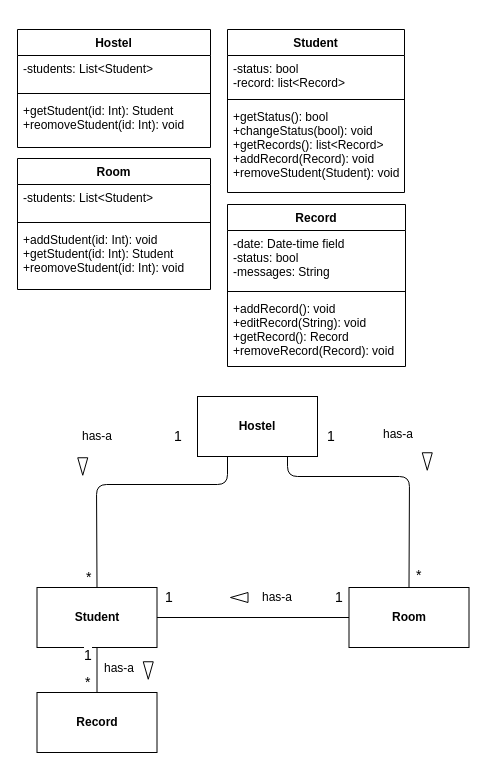
Earlier version of the draw.io diagram page "Page-2" (2 of 4) of midterm Diagram.drawio (chrroger/0324). Source tidied: cells renumbered, new cells numbered last; positions are measured from the earlier drawing's top-left corner, leaving out a move shared by most shapes. Both pictures are drawn from the tidied source at 100%, with x=0, y=0 at pixel (17, 29).
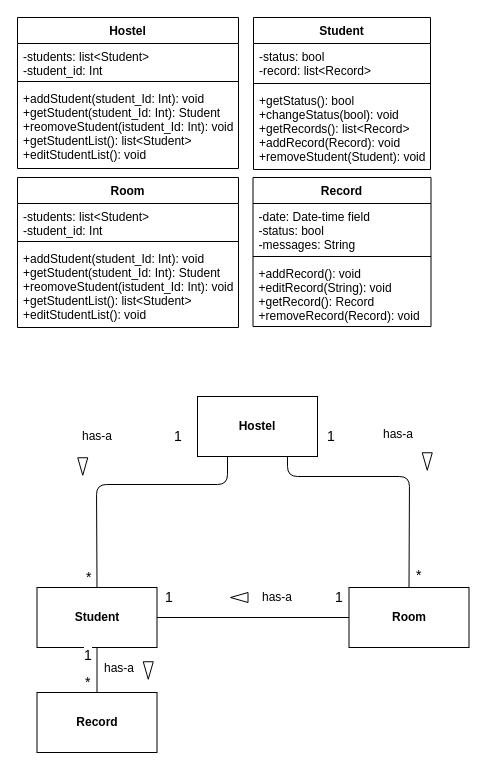
Above is the later version.

Change to the diagram source:
```diff
@@
-    <mxCell id="2" value="Hostel" style="swimlane;fontStyle=1;align=center;verticalAlign=top;horizontal=1;startSize=26;" parent="1" vertex="1">
-      <mxGeometry width="193" height="118" as="geometry" />
-    </mxCell>
-    <mxCell id="3" value="-students: List&lt;Student&gt;" style="text;strokeColor=none;fillColor=none;align=left;verticalAlign=top;spacingLeft=4;spacingRight=4;overflow=hidden;" parent="2" vertex="1">
-      <mxGeometry y="26" width="193" height="34" as="geometry" />
-    </mxCell>
-    <mxCell id="4" style="line;strokeWidth=1;fillColor=none;align=left;verticalAlign=middle;spacingTop=-1;spacingLeft=3;spacingRight=3;labelPosition=right;" parent="2" vertex="1">
-      <mxGeometry y="60" width="193" height="8" as="geometry" />
-    </mxCell>
-    <mxCell id="5" value="+getStudent(id: Int): Student&#10;+reomoveStudent(id: Int): void" style="text;strokeColor=none;fillColor=none;align=left;verticalAlign=top;spacingLeft=4;spacingRight=4;overflow=hidden;" parent="2" vertex="1">
-      <mxGeometry y="68" width="193" height="50" as="geometry" />
-    </mxCell>
     <mxCell id="6" value="Student" style="swimlane;fontStyle=1;align=center;verticalAlign=top;horizontal=1;startSize=26;" parent="1" vertex="1">
-      <mxGeometry x="210" width="177" height="163" as="geometry" />
+      <mxGeometry x="236" y="-12" width="177" height="152" as="geometry" />
     </mxCell>
     <mxCell id="7" value="-status: bool&#10;-record: list&lt;Record&gt;" style="text;strokeColor=none;fillColor=none;align=left;verticalAlign=top;spacingLeft=4;spacingRight=4;overflow=hidden;" parent="6" vertex="1">
-      <mxGeometry y="26" width="177" height="40" as="geometry" />
+      <mxGeometry y="26" width="177" height="36" as="geometry" />
     </mxCell>
     <mxCell id="8" style="line;strokeWidth=1;fillColor=none;align=left;verticalAlign=middle;spacingTop=-1;spacingLeft=3;spacingRight=3;labelPosition=right;" parent="6" vertex="1">
-      <mxGeometry y="66" width="177" height="8" as="geometry" />
+      <mxGeometry y="62" width="177" height="8" as="geometry" />
     </mxCell>
     <mxCell id="9" value="+getStatus(): bool&#10;+changeStatus(bool): void&#10;+getRecords(): list&lt;Record&gt;&#10;+addRecord(Record): void&#10;+removeStudent(Student): void&#10;" style="text;strokeColor=none;fillColor=none;align=left;verticalAlign=top;spacingLeft=4;spacingRight=4;overflow=hidden;" parent="6" vertex="1">
-      <mxGeometry y="74" width="177" height="89" as="geometry" />
+      <mxGeometry y="70" width="177" height="82" as="geometry" />
     </mxCell>
     <mxCell id="10" value="Room" style="swimlane;fontStyle=1;align=center;verticalAlign=top;horizontal=1;startSize=26;" parent="1" vertex="1">
-      <mxGeometry y="129" width="193" height="131" as="geometry" />
+      <mxGeometry y="148" width="221" height="150" as="geometry" />
     </mxCell>
-    <mxCell id="11" value="-students: List&lt;Student&gt;" style="text;strokeColor=none;fillColor=none;align=left;verticalAlign=top;spacingLeft=4;spacingRight=4;overflow=hidden;" parent="10" vertex="1">
-      <mxGeometry y="26" width="193" height="34" as="geometry" />
+    <mxCell id="11" value="-students: list&lt;Student&gt;&#10;-student_id: Int" style="text;strokeColor=none;fillColor=none;align=left;verticalAlign=top;spacingLeft=4;spacingRight=4;overflow=hidden;" parent="10" vertex="1">
+      <mxGeometry y="26" width="221" height="34" as="geometry" />
     </mxCell>
     <mxCell id="12" style="line;strokeWidth=1;fillColor=none;align=left;verticalAlign=middle;spacingTop=-1;spacingLeft=3;spacingRight=3;labelPosition=right;" parent="10" vertex="1">
-      <mxGeometry y="60" width="193" height="8" as="geometry" />
+      <mxGeometry y="60" width="221" height="8" as="geometry" />
     </mxCell>
-    <mxCell id="13" value="+addStudent(id: Int): void&#10;+getStudent(id: Int): Student&#10;+reomoveStudent(id: Int): void" style="text;strokeColor=none;fillColor=none;align=left;verticalAlign=top;spacingLeft=4;spacingRight=4;overflow=hidden;" parent="10" vertex="1">
-      <mxGeometry y="68" width="193" height="63" as="geometry" />
+    <mxCell id="13" value="+addStudent(student_Id: Int): void&#10;+getStudent(student_Id: Int): Student&#10;+reomoveStudent(istudent_Id: Int): void&#10;+getStudentList(): list&lt;Student&gt;&#10;+editStudentList(): void" style="text;strokeColor=none;fillColor=none;align=left;verticalAlign=top;spacingLeft=4;spacingRight=4;overflow=hidden;" parent="10" vertex="1">
+      <mxGeometry y="68" width="221" height="82" as="geometry" />
     </mxCell>
     <mxCell id="14" value="Record" style="swimlane;fontStyle=1;align=center;verticalAlign=top;horizontal=1;startSize=26;" parent="1" vertex="1">
-      <mxGeometry x="210" y="175" width="178" height="162" as="geometry" />
+      <mxGeometry x="235.5" y="148" width="178" height="149" as="geometry" />
     </mxCell>
     <mxCell id="15" value="-date: Date-time field&#10;-status: bool&#10;-messages: String" style="text;strokeColor=none;fillColor=none;align=left;verticalAlign=top;spacingLeft=4;spacingRight=4;overflow=hidden;" parent="14" vertex="1">
-      <mxGeometry y="26" width="178" height="57" as="geometry" />
+      <mxGeometry y="26" width="178" height="49" as="geometry" />
     </mxCell>
     <mxCell id="16" style="line;strokeWidth=1;fillColor=none;align=left;verticalAlign=middle;spacingTop=-1;spacingLeft=3;spacingRight=3;labelPosition=right;" parent="14" vertex="1">
-      <mxGeometry y="83" width="178" height="8" as="geometry" />
+      <mxGeometry y="75" width="178" height="8" as="geometry" />
     </mxCell>
     <mxCell id="17" value="+addRecord(): void&#10;+editRecord(String): void&#10;+getRecord(): Record&#10;+removeRecord(Record): void" style="text;strokeColor=none;fillColor=none;align=left;verticalAlign=top;spacingLeft=4;spacingRight=4;overflow=hidden;" parent="14" vertex="1">
-      <mxGeometry y="91" width="178" height="71" as="geometry" />
+      <mxGeometry y="83" width="178" height="66" as="geometry" />
     </mxCell>
@@
+    <mxCell id="2" value="Hostel" style="swimlane;fontStyle=1;align=center;verticalAlign=top;horizontal=1;startSize=26;" parent="1" vertex="1">
+      <mxGeometry y="-12" width="221" height="151" as="geometry" />
+    </mxCell>
+    <mxCell id="42" value="-students: list&lt;Student&gt;&#10;-student_id: Int" style="text;strokeColor=none;fillColor=none;align=left;verticalAlign=top;spacingLeft=4;spacingRight=4;overflow=hidden;" parent="2" vertex="1">
+      <mxGeometry y="26" width="221" height="34" as="geometry" />
+    </mxCell>
+    <mxCell id="43" style="line;strokeWidth=1;fillColor=none;align=left;verticalAlign=middle;spacingTop=-1;spacingLeft=3;spacingRight=3;labelPosition=right;" parent="2" vertex="1">
+      <mxGeometry y="60" width="221" height="8" as="geometry" />
+    </mxCell>
+    <mxCell id="44" value="+addStudent(student_Id: Int): void&#10;+getStudent(student_Id: Int): Student&#10;+reomoveStudent(istudent_Id: Int): void&#10;+getStudentList(): list&lt;Student&gt;&#10;+editStudentList(): void" style="text;strokeColor=none;fillColor=none;align=left;verticalAlign=top;spacingLeft=4;spacingRight=4;overflow=hidden;" parent="2" vertex="1">
+      <mxGeometry y="68" width="221" height="83" as="geometry" />
+    </mxCell>
```
